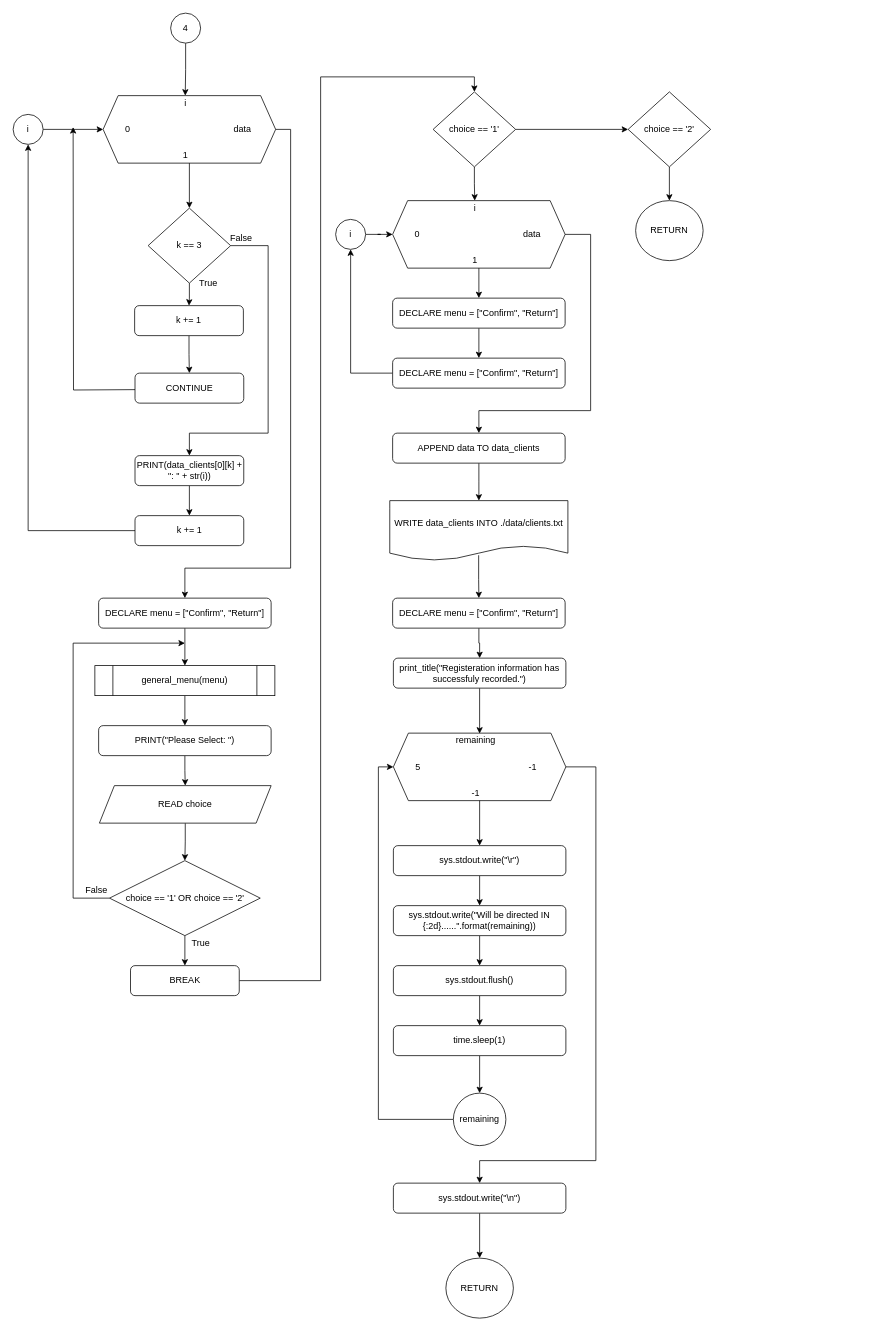
Above: page "Page-2" (2 of 2) of Flowchart/default/register_interface.drawio in RabbitBear00/Car-Rental-System (draw.io), before the change. Source tidied: cells renumbered, new cells numbered last; positions are measured from the earlier drawing's top-left corner, leaving out a move shared by most shapes. Both pictures are drawn from the tidied source at 75%, with x=0, y=0 at pixel (13, 13).
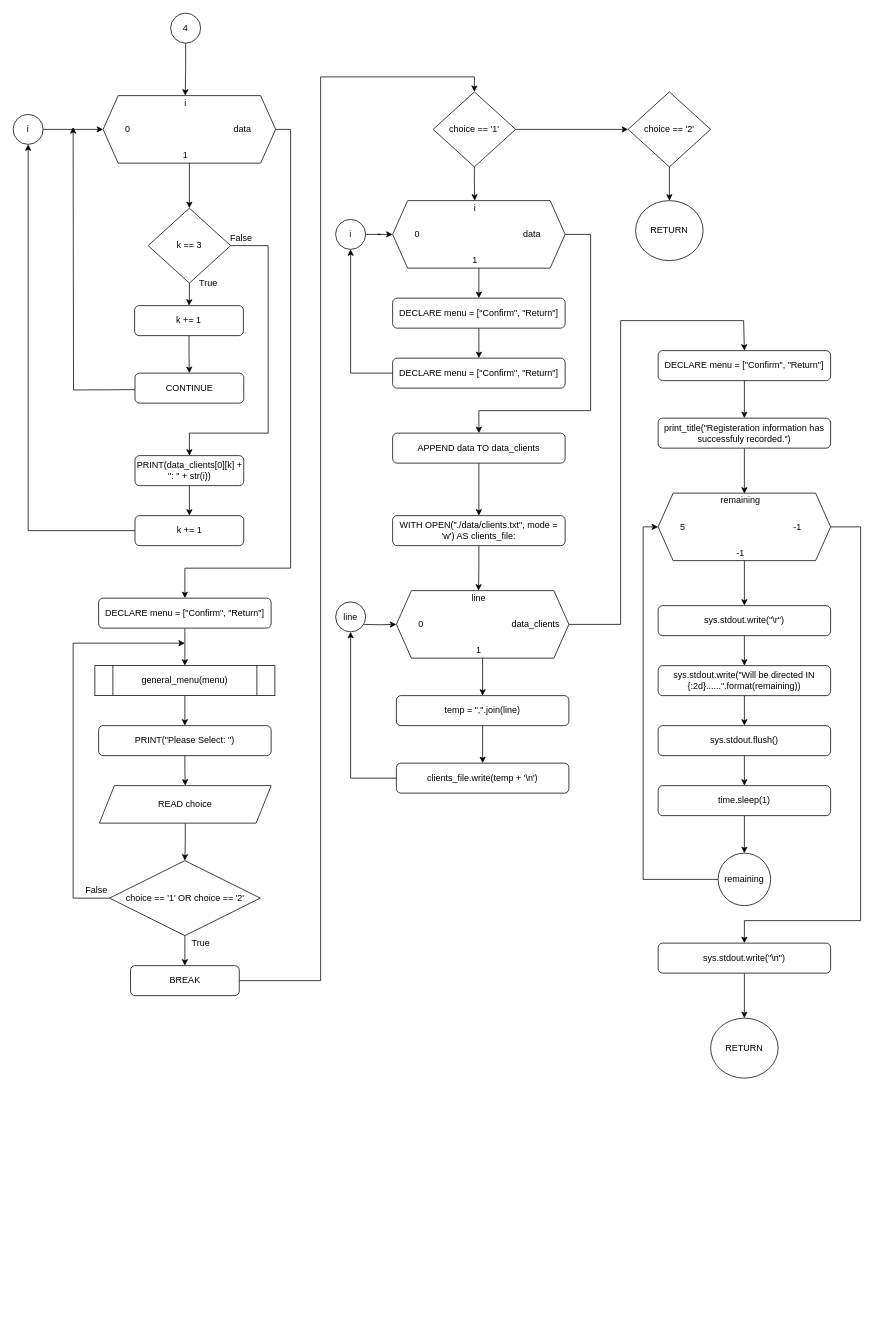
Above is the later version.

Unchanged cells that the change refers to:
```xml
<mxCell id="62" value="APPEND data TO data_clients" style="rounded=1;whiteSpace=wrap;html=1;" parent="1" vertex="1">
  <mxGeometry x="506" y="560" width="230" height="40" as="geometry" />
</mxCell>
<mxCell id="71" style="shape=hexagon;perimeter=hexagonPerimeter2;whiteSpace=wrap;html=1;fixedSize=1;" parent="70" vertex="1">
  <mxGeometry width="230" height="90" as="geometry" />
</mxCell>
```

Diff of the diagram source:
```diff
@@
-    <mxCell id="61" style="edgeStyle=orthogonalEdgeStyle;rounded=0;jettySize=auto;html=1;" parent="1" edge="1" source="62" target="64">
-      <mxGeometry relative="1" as="geometry" />
-    </mxCell>
+    <mxCell id="91" style="edgeStyle=orthogonalEdgeStyle;rounded=0;jettySize=auto;html=1;entryX=0.5;entryY=0;entryDx=0;entryDy=0;" parent="1" edge="1" source="62" target="93">
+      <mxGeometry relative="1" as="geometry" />
+    </mxCell>
@@
-    <mxCell id="63" style="edgeStyle=orthogonalEdgeStyle;rounded=0;jettySize=auto;html=1;exitX=0.499;exitY=0.91;exitDx=0;exitDy=0;exitPerimeter=0;" parent="1" edge="1" source="64" target="67">
-      <mxGeometry relative="1" as="geometry" />
-    </mxCell>
-    <mxCell id="64" value="&lt;span&gt;WRITE data_clients INTO&amp;nbsp;./data/clients.txt&lt;/span&gt;" style="shape=document;whiteSpace=wrap;html=1;boundedLbl=1;size=0.25;" parent="1" vertex="1">
-      <mxGeometry x="502.2" y="650" width="237.5" height="80" as="geometry" />
-    </mxCell>
@@
     <mxCell id="67" value="DECLARE menu = [&quot;Confirm&quot;, &quot;Return&quot;]" style="rounded=1;whiteSpace=wrap;html=1;" parent="1" vertex="1">
-      <mxGeometry x="506" y="780" width="230" height="40" as="geometry" />
+      <mxGeometry x="860" y="450" width="230" height="40" as="geometry" />
     </mxCell>
@@
     <mxCell id="69" value="print_title(&quot;Registeration information has successfuly recorded.&quot;)" style="rounded=1;whiteSpace=wrap;html=1;" parent="1" vertex="1">
-      <mxGeometry x="507" y="860" width="230" height="40" as="geometry" />
+      <mxGeometry x="860" y="540" width="230" height="40" as="geometry" />
     </mxCell>
     <mxCell id="70" style="group;" parent="1" vertex="1">
-      <mxGeometry x="507" y="960" width="230" height="90" as="geometry" />
+      <mxGeometry x="860" y="640" width="230" height="90" as="geometry" />
     </mxCell>
@@
     <mxCell id="77" value="sys.stdout.write(&quot;\r&quot;)" style="rounded=1;whiteSpace=wrap;html=1;" parent="1" vertex="1">
-      <mxGeometry x="507" y="1110" width="230" height="40" as="geometry" />
+      <mxGeometry x="860" y="790" width="230" height="40" as="geometry" />
     </mxCell>
@@
     <mxCell id="79" value="sys.stdout.write(&quot;Will be directed IN {:2d}......&quot;.format(remaining))" style="rounded=1;whiteSpace=wrap;html=1;" parent="1" vertex="1">
-      <mxGeometry x="507" y="1190" width="230" height="40" as="geometry" />
+      <mxGeometry x="860" y="870" width="230" height="40" as="geometry" />
     </mxCell>
@@
     <mxCell id="81" value="sys.stdout.flush()" style="rounded=1;whiteSpace=wrap;html=1;" parent="1" vertex="1">
-      <mxGeometry x="507" y="1270" width="230" height="40" as="geometry" />
+      <mxGeometry x="860" y="950" width="230" height="40" as="geometry" />
     </mxCell>
@@
     <mxCell id="83" value="time.sleep(1)" style="rounded=1;whiteSpace=wrap;html=1;" parent="1" vertex="1">
-      <mxGeometry x="507" y="1350" width="230" height="40" as="geometry" />
+      <mxGeometry x="860" y="1030" width="230" height="40" as="geometry" />
     </mxCell>
     <mxCell id="84" style="edgeStyle=orthogonalEdgeStyle;rounded=0;jettySize=auto;html=1;entryX=0;entryY=0.5;entryDx=0;entryDy=0;" parent="1" edge="1" source="85" target="71">
       <mxGeometry relative="1" as="geometry">
         <Array as="points">
-          <mxPoint x="487" y="1475" />
-          <mxPoint x="487" y="1005" />
+          <mxPoint x="840" y="1155" />
+          <mxPoint x="840" y="685" />
         </Array>
       </mxGeometry>
     </mxCell>
     <mxCell id="85" value="remaining" style="ellipse;whiteSpace=wrap;html=1;" parent="1" vertex="1">
-      <mxGeometry x="587" y="1440" width="70" height="70" as="geometry" />
+      <mxGeometry x="940" y="1120" width="70" height="70" as="geometry" />
     </mxCell>
@@
     <mxCell id="87" value="sys.stdout.write(&quot;\n&quot;)" style="rounded=1;whiteSpace=wrap;html=1;" parent="1" vertex="1">
-      <mxGeometry x="507" y="1560" width="230" height="40" as="geometry" />
+      <mxGeometry x="860" y="1240" width="230" height="40" as="geometry" />
     </mxCell>
     <mxCell id="88" value="RETURN" style="ellipse;whiteSpace=wrap;html=1;" parent="1" vertex="1">
-      <mxGeometry x="577" y="1660" width="90" height="80" as="geometry" />
+      <mxGeometry x="930" y="1340" width="90" height="80" as="geometry" />
     </mxCell>
@@
     <mxCell id="90" style="edgeStyle=orthogonalEdgeStyle;rounded=0;jettySize=auto;html=1;entryX=0.5;entryY=0;entryDx=0;entryDy=0;" parent="1" edge="1" source="71" target="87">
       <mxGeometry relative="1" as="geometry">
         <Array as="points">
-          <mxPoint x="777" y="1005" />
-          <mxPoint x="777" y="1530" />
-          <mxPoint x="622" y="1530" />
+          <mxPoint x="1130" y="685" />
+          <mxPoint x="1130" y="1210" />
+          <mxPoint x="975" y="1210" />
         </Array>
       </mxGeometry>
     </mxCell>
+    <mxCell id="92" style="edgeStyle=orthogonalEdgeStyle;rounded=0;jettySize=auto;html=1;entryX=0.5;entryY=0;entryDx=0;entryDy=0;" parent="1" edge="1" source="93" target="96">
+      <mxGeometry relative="1" as="geometry" />
+    </mxCell>
+    <mxCell id="93" value="WITH OPEN(&quot;./data/clients.txt&quot;, mode = 'w') AS clients_file:" style="rounded=1;whiteSpace=wrap;html=1;" parent="1" vertex="1">
+      <mxGeometry x="506" y="670" width="230" height="40" as="geometry" />
+    </mxCell>
+    <mxCell id="94" style="group;" parent="1" vertex="1">
+      <mxGeometry x="511" y="770" width="230" height="90" as="geometry" />
+    </mxCell>
+    <mxCell id="95" style="shape=hexagon;perimeter=hexagonPerimeter2;whiteSpace=wrap;html=1;fixedSize=1;" parent="94" vertex="1">
+      <mxGeometry width="230" height="90" as="geometry" />
+    </mxCell>
+    <mxCell id="96" value="line" style="text;html=1;strokeColor=none;fillColor=none;align=center;verticalAlign=middle;whiteSpace=wrap;rounded=0;" parent="94" vertex="1">
+      <mxGeometry x="87.6" width="43.8" height="20" as="geometry" />
+    </mxCell>
+    <mxCell id="97" value="0" style="text;html=1;strokeColor=none;fillColor=none;align=center;verticalAlign=middle;whiteSpace=wrap;rounded=0;" parent="94" vertex="1">
+      <mxGeometry x="11" y="35" width="43.8" height="20" as="geometry" />
+    </mxCell>
+    <mxCell id="98" value="1" style="text;html=1;strokeColor=none;fillColor=none;align=center;verticalAlign=middle;whiteSpace=wrap;rounded=0;" parent="94" vertex="1">
+      <mxGeometry x="87.6" y="70" width="43.8" height="20" as="geometry" />
+    </mxCell>
+    <mxCell id="99" value="data_clients" style="text;html=1;strokeColor=none;fillColor=none;align=center;verticalAlign=middle;whiteSpace=wrap;rounded=0;" parent="94" vertex="1">
+      <mxGeometry x="164.3" y="35" width="43.8" height="20" as="geometry" />
+    </mxCell>
+    <mxCell id="100" style="edgeStyle=orthogonalEdgeStyle;rounded=0;jettySize=auto;html=1;" parent="1" edge="1" source="101" target="103">
+      <mxGeometry relative="1" as="geometry" />
+    </mxCell>
+    <mxCell id="101" value="temp = &quot;,&quot;.join(line)" style="rounded=1;whiteSpace=wrap;html=1;" parent="1" vertex="1">
+      <mxGeometry x="511" y="910" width="230" height="40" as="geometry" />
+    </mxCell>
+    <mxCell id="102" style="edgeStyle=orthogonalEdgeStyle;rounded=0;jettySize=auto;html=1;entryX=0.5;entryY=1;entryDx=0;entryDy=0;" parent="1" edge="1" source="103" target="106">
+      <mxGeometry relative="1" as="geometry" />
+    </mxCell>
+    <mxCell id="103" value="clients_file.write(temp + '\n')" style="rounded=1;whiteSpace=wrap;html=1;" parent="1" vertex="1">
+      <mxGeometry x="511" y="1000" width="230" height="40" as="geometry" />
+    </mxCell>
+    <mxCell id="104" style="edgeStyle=orthogonalEdgeStyle;rounded=0;jettySize=auto;html=1;" parent="1" edge="1" source="95" target="101">
+      <mxGeometry relative="1" as="geometry" />
+    </mxCell>
+    <mxCell id="105" style="edgeStyle=orthogonalEdgeStyle;rounded=0;jettySize=auto;html=1;entryX=0;entryY=0.5;entryDx=0;entryDy=0;" parent="1" edge="1" target="95">
+      <mxGeometry relative="1" as="geometry">
+        <mxPoint x="466" y="815" as="sourcePoint" />
+      </mxGeometry>
+    </mxCell>
+    <mxCell id="106" value="line" style="ellipse;whiteSpace=wrap;html=1;" parent="1" vertex="1">
+      <mxGeometry x="430" y="785" width="40" height="40" as="geometry" />
+    </mxCell>
+    <mxCell id="107" style="edgeStyle=orthogonalEdgeStyle;rounded=0;jettySize=auto;html=1;entryX=0.5;entryY=0;entryDx=0;entryDy=0;" parent="1" edge="1" source="95" target="67">
+      <mxGeometry relative="1" as="geometry">
+        <Array as="points">
+          <mxPoint x="810" y="815" />
+          <mxPoint x="810" y="410" />
+          <mxPoint x="974" y="410" />
+        </Array>
+      </mxGeometry>
+    </mxCell>
```
